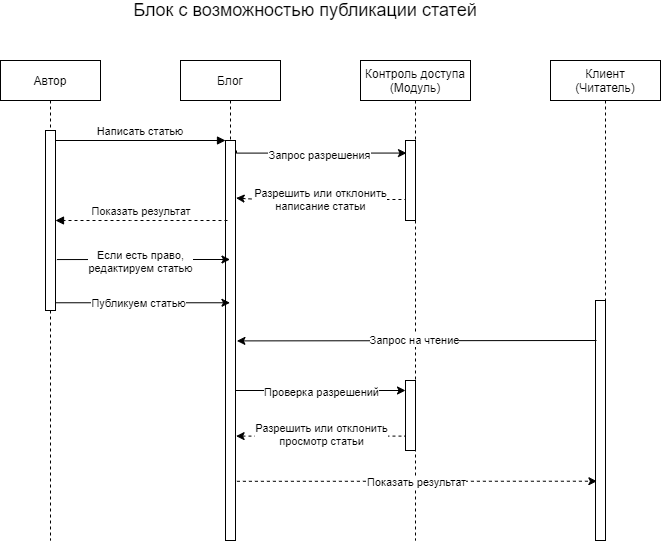
Earlier version of the draw.io export src/main/java/ru/innopolis/university/fomin/part1/lesson13UML/SequenceDiagram.png (Fomin-Lab/innopolis). Source tidied: cells renumbered, new cells last; positions are measured from the earlier drawing's top-left corner, leaving out a move shared by most shapes.
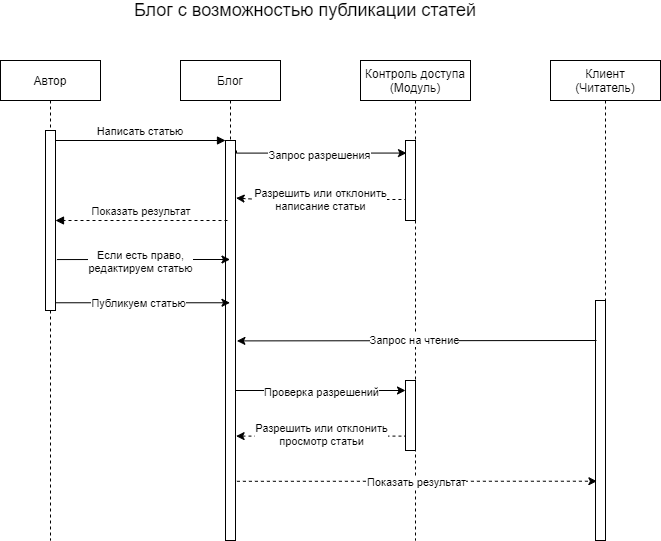
The same diagram one commit later.

The edit, as a diff of the source:
```diff
@@ -124,7 +124,7 @@
         <mxPoint x="28.6" as="offset" />
       </mxGeometry>
     </mxCell>
-    <mxCell id="29" value="&lt;font style=&quot;font-size: 18px&quot;&gt;Блок с возможностью публикации статей&lt;/font&gt;" style="text;html=1;strokeColor=none;fillColor=none;align=center;verticalAlign=middle;whiteSpace=wrap;rounded=0;" parent="1" vertex="1">
+    <mxCell id="29" value="&lt;font style=&quot;font-size: 18px&quot;&gt;Блог с возможностью публикации статей&lt;/font&gt;" style="text;html=1;strokeColor=none;fillColor=none;align=center;verticalAlign=middle;whiteSpace=wrap;rounded=0;" parent="1" vertex="1">
       <mxGeometry x="95" width="420" height="20" as="geometry" />
     </mxCell>
   </root>
```
